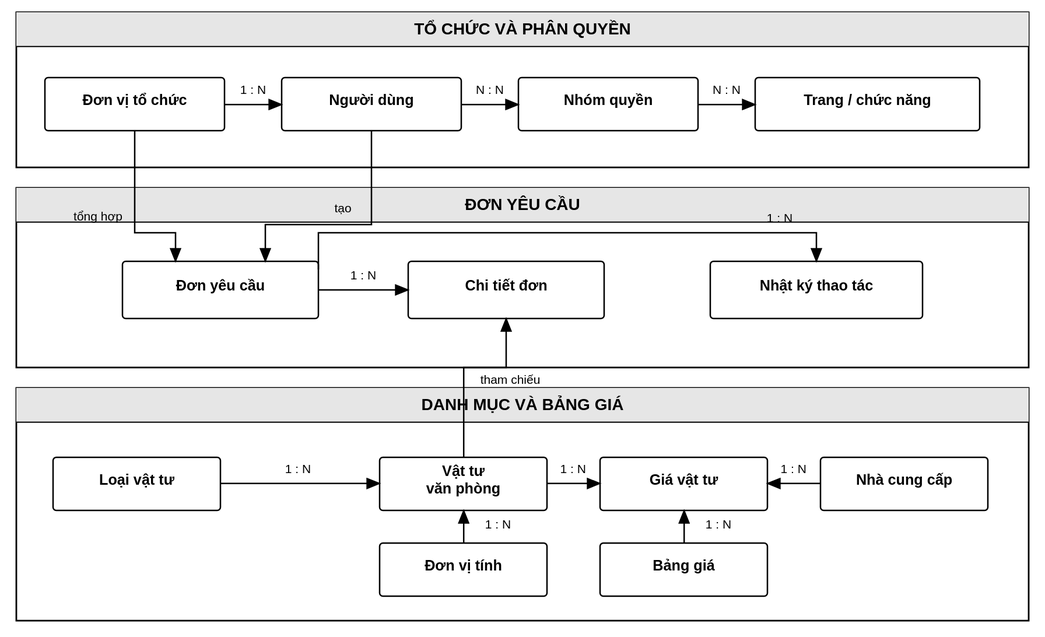
Before: LVTN/diagrams/ch03/data-conceptual.svg, a diagram exported from PlantUML (Miikey24s/gtas_vpp). Its source is kept beside it as LVTN/diagrams/ch03/data-conceptual.puml. Its diagram source:
```plantuml
@startuml
!include ../common/style.puml

left to right direction
skinparam linetype ortho
skinparam defaultFontSize 12
skinparam packageStyle rectangle

package "Tổ chức và phân quyền" {
  entity "Đơn vị tổ chức" as Org
  entity "Người dùng" as User
  entity "Nhóm quyền" as Group
  entity "Trang / chức năng" as Permission
}

package "Danh mục và bảng giá" {
  entity "Loại vật tư" as Category
  entity "Vật tư văn phòng" as Item
  entity "Đơn vị tính" as Uom
  entity "Nhà cung cấp" as Supplier
  entity "Bảng giá" as PriceList
  entity "Giá vật tư" as Price
}

package "Đơn yêu cầu" {
  entity "Đơn yêu cầu" as Request
  entity "Chi tiết đơn" as Detail
  entity "Nhật ký thao tác" as Log
}

Org ||--o{ User : quản lý
User }o--o{ Group : được gán
Group }o--o{ Permission : được cấp

Category ||--o{ Item : phân loại
Uom ||--o{ Item : định lượng
Item ||--o{ Price : có giá
Supplier ||--o{ Price : cung cấp
PriceList ||--o{ Price : công bố

User ||--o{ Request : tạo
Org ||--o{ Request : tổng hợp
Request ||--|{ Detail : bao gồm
Item ||--o{ Detail : được yêu cầu
Request ||--o{ Log : ghi nhận
PriceList ||--o{ Request : chốt giá

@enduml
```
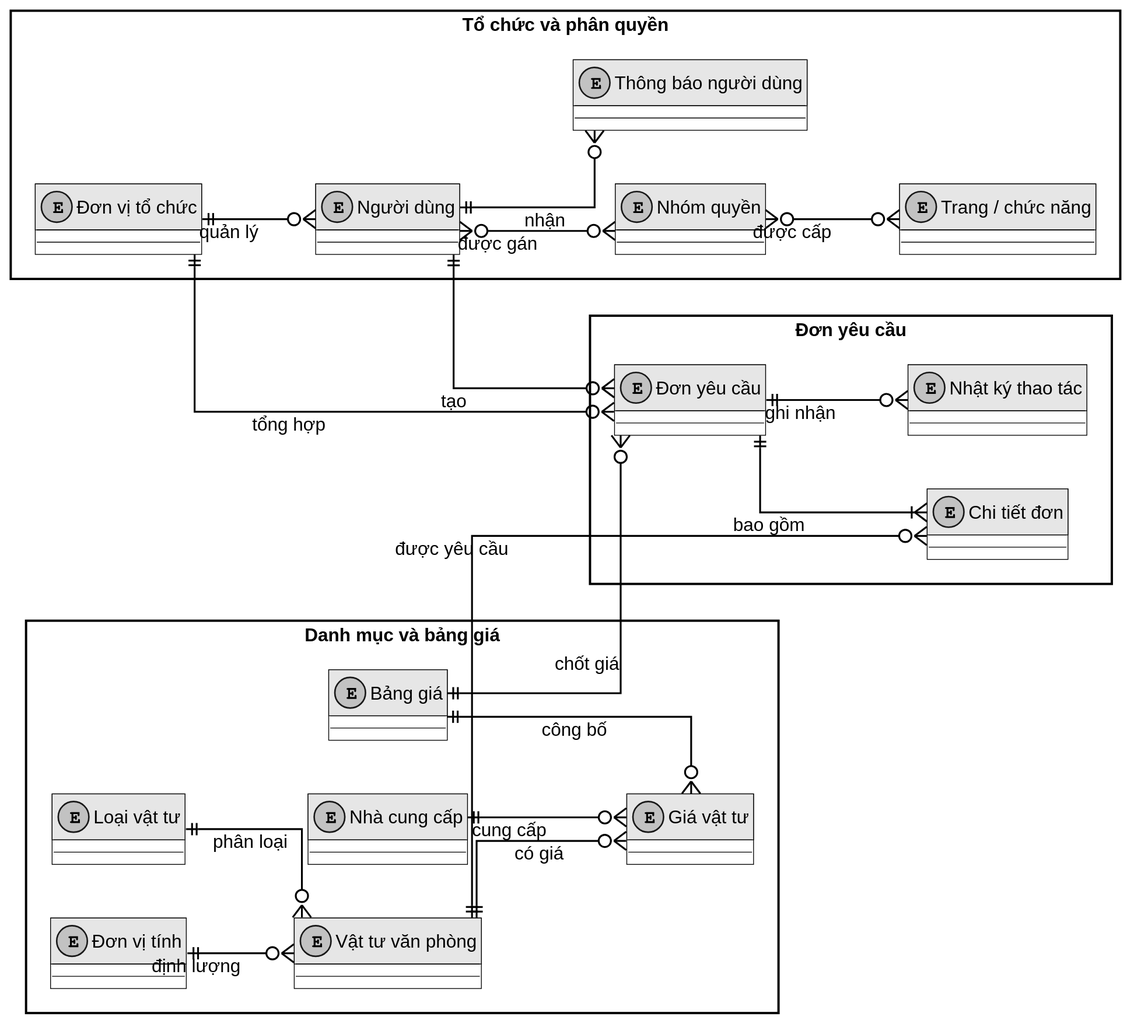
After the change.

The edit, as a diff of the source:
```diff
@@ -11,6 +11,7 @@
   entity "Người dùng" as User
   entity "Nhóm quyền" as Group
   entity "Trang / chức năng" as Permission
+  entity "Thông báo người dùng" as Notification
 }
 
 package "Danh mục và bảng giá" {
@@ -44,5 +45,6 @@
 Item ||--o{ Detail : được yêu cầu
 Request ||--o{ Log : ghi nhận
 PriceList ||--o{ Request : chốt giá
+User ||--o{ Notification : nhận
 
 @enduml
```
